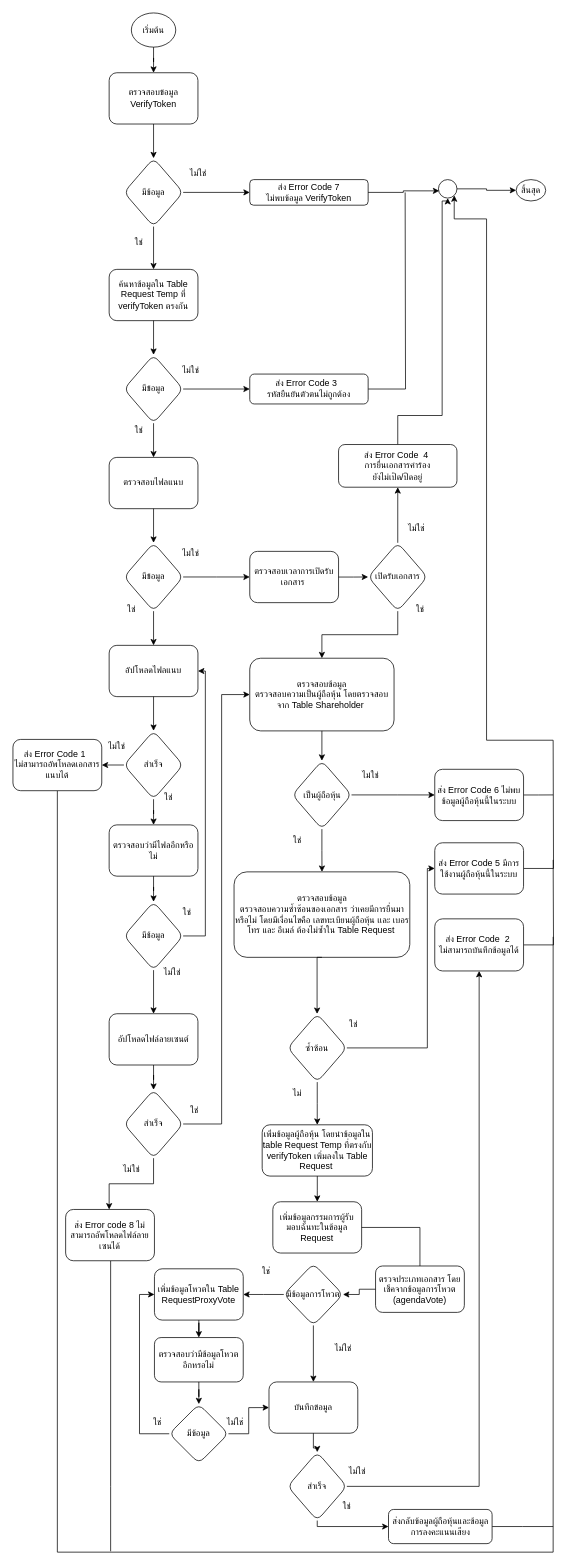
The draw.io diagram CreateRequestAttorneyForm.drawio in charifrodmanee/charifrodmanee, before the edit. Source tidied: cells renumbered, new cells numbered last; positions are measured from the earlier drawing's top-left corner, leaving out a move shared by most shapes. Both pictures are drawn from the tidied source at 74%, with x=0, y=0 at pixel (13, 13).
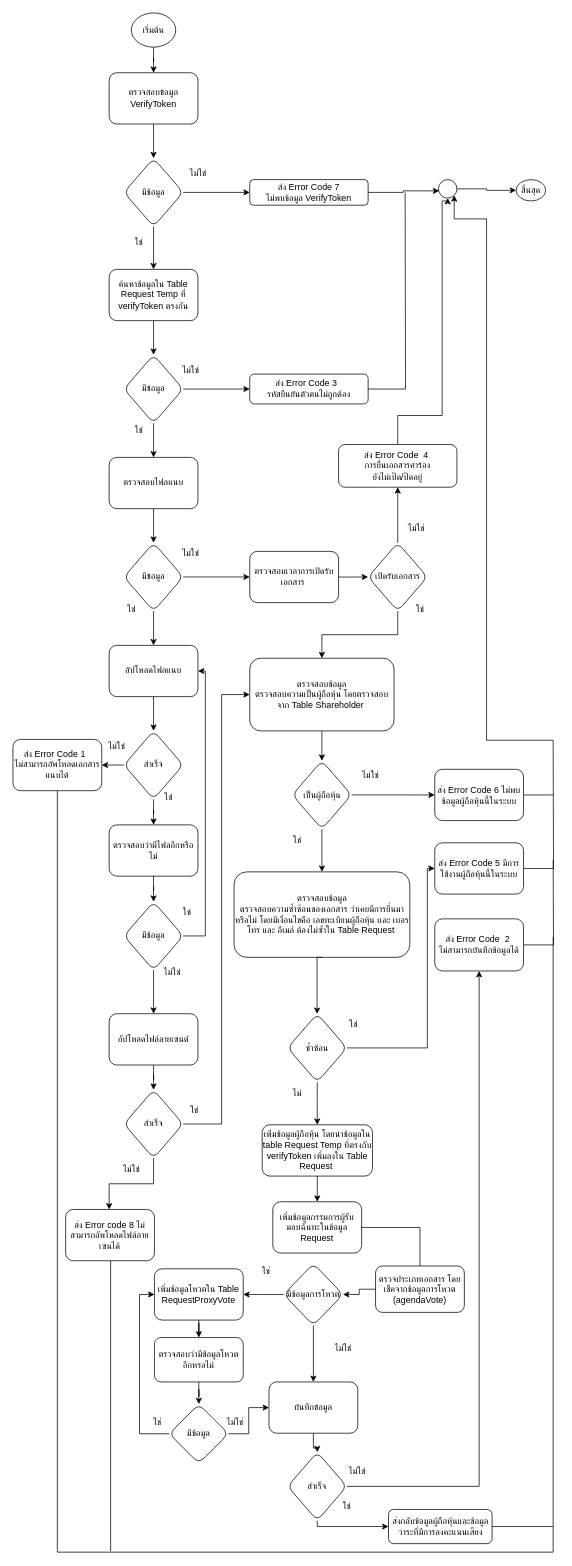
Above is the later version.

The change refers to these unchanged cells:
```xml
<mxCell id="2" style="group;" parent="1" vertex="1">
  <mxGeometry width="730" height="2080" as="geometry" />
</mxCell>
```

The edit, as a diff of the source:
```diff
@@
-    <mxCell id="87" value="ส่งกลับข้อมูลผู้ถือหุ้นและข้อมูลการลงคะแนนเสียง" style="rounded=1;whiteSpace=wrap;html=1;" parent="2" vertex="1">
+    <mxCell id="87" value="ส่งกลับข้อมูลผู้ถือหุ้นและข้อมูลวาระที่มีการลงคะแนนเสียง" style="rounded=1;whiteSpace=wrap;html=1;" parent="2" vertex="1">
       <mxGeometry x="507.5" y="2022.3" width="140" height="46.2" as="geometry" />
     </mxCell>
```
